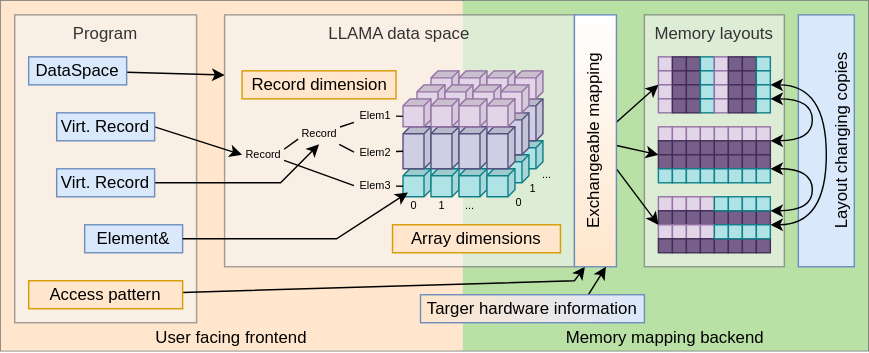
This is docs/images/concept.svg from alpaka-group/llama, a draw.io export, as it was before one commit. Source tidied: cells renumbered, new cells last; positions are measured from the earlier drawing's top-left corner, leaving out a move shared by most shapes.
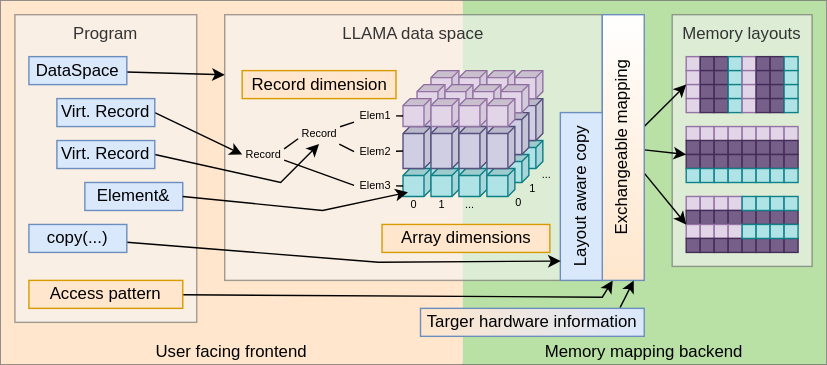
After the commit.

Commit message:
move layout aware copy block on top of mappings and add concepts.svg to introduction page

The edit, as a diff of the source:
```diff
@@ -3,16 +3,16 @@
     <mxCell id="0" />
     <mxCell id="1" parent="0" />
     <mxCell id="2" style="rounded=0;whiteSpace=wrap;html=1;opacity=60;fillColor=none;" parent="1" vertex="1">
-      <mxGeometry width="620" height="250" as="geometry" />
+      <mxGeometry width="590" height="260" as="geometry" />
     </mxCell>
     <mxCell id="3" value="Memory mapping backend" style="rounded=0;whiteSpace=wrap;html=1;verticalAlign=bottom;strokeColor=none;fillColor=#B9E0A5;" parent="1" vertex="1">
-      <mxGeometry x="330" width="290" height="250" as="geometry" />
+      <mxGeometry x="330" width="260" height="260" as="geometry" />
     </mxCell>
     <mxCell id="4" value="User facing frontend" style="rounded=0;whiteSpace=wrap;html=1;fillColor=#ffe6cc;verticalAlign=bottom;strokeColor=none;" parent="1" vertex="1">
-      <mxGeometry width="330" height="250" as="geometry" />
+      <mxGeometry width="330" height="260" as="geometry" />
     </mxCell>
     <mxCell id="5" value="LLAMA data space" style="rounded=0;whiteSpace=wrap;html=1;fillColor=#f5f5f5;strokeColor=#666666;fontColor=#333333;verticalAlign=top;opacity=60;" parent="1" vertex="1">
-      <mxGeometry x="160" y="10" width="250" height="180" as="geometry" />
+      <mxGeometry x="160" y="10" width="270" height="190" as="geometry" />
     </mxCell>
     <mxCell id="6" value="Program" style="rounded=0;whiteSpace=wrap;html=1;fillColor=#f5f5f5;strokeColor=#666666;fontColor=#333333;verticalAlign=top;opacity=60;" parent="1" vertex="1">
       <mxGeometry x="10" y="10" width="130" height="220" as="geometry" />
@@ -21,7 +21,7 @@
       <mxGeometry x="172.5" y="50" width="110" height="20" as="geometry" />
     </mxCell>
     <mxCell id="8" value="Array dimensions" style="rounded=0;whiteSpace=wrap;html=1;fillColor=#ffe6cc;strokeColor=#d79b00;" parent="1" vertex="1">
-      <mxGeometry x="280" y="160" width="120" height="20" as="geometry" />
+      <mxGeometry x="272.5" y="160" width="120" height="20" as="geometry" />
     </mxCell>
     <mxCell id="9" style="edgeStyle=none;rounded=0;jettySize=auto;html=1;endArrow=classic;endFill=1;" parent="1" edge="1" source="10">
       <mxGeometry relative="1" as="geometry">
@@ -35,7 +35,7 @@
       <mxGeometry relative="1" as="geometry" />
     </mxCell>
     <mxCell id="12" value="Virt. Record" style="rounded=0;whiteSpace=wrap;html=1;fillColor=#dae8fc;strokeColor=#6c8ebf;" parent="1" vertex="1">
-      <mxGeometry x="40" y="80" width="70" height="20" as="geometry" />
+      <mxGeometry x="40" y="70" width="70" height="20" as="geometry" />
     </mxCell>
     <mxCell id="13" style="edgeStyle=none;rounded=0;jettySize=auto;html=1;entryX=0.5;entryY=1;entryDx=0;entryDy=0;endArrow=classic;endFill=1;exitX=1;exitY=0.5;exitDx=0;exitDy=0;" parent="1" edge="1" source="14" target="60">
       <mxGeometry relative="1" as="geometry">
@@ -45,10 +45,10 @@
       </mxGeometry>
     </mxCell>
     <mxCell id="14" value="Virt. Record" style="rounded=0;whiteSpace=wrap;html=1;fillColor=#dae8fc;strokeColor=#6c8ebf;" parent="1" vertex="1">
-      <mxGeometry x="40" y="120" width="70" height="20" as="geometry" />
+      <mxGeometry x="40" y="100" width="70" height="20" as="geometry" />
     </mxCell>
     <mxCell id="15" value="Element&amp;amp;" style="rounded=0;whiteSpace=wrap;html=1;fillColor=#dae8fc;strokeColor=#6c8ebf;" parent="1" vertex="1">
-      <mxGeometry x="60" y="160" width="70" height="20" as="geometry" />
+      <mxGeometry x="60" y="130" width="70" height="20" as="geometry" />
     </mxCell>
     <mxCell id="16" style="shape=cube;whiteSpace=wrap;html=1;boundedLbl=1;backgroundOutline=1;darkOpacity=0.05;darkOpacity2=0.1;labelBackgroundColor=#ffffff;fontSize=7.8;align=left;size=5;rotation=90;fillColor=#b0e3e6;strokeColor=#0e8088;" parent="1" vertex="1">
       <mxGeometry x="307.5" y="100" width="20" height="20" as="geometry" />
@@ -215,15 +215,15 @@
     <mxCell id="70" style="edgeStyle=none;rounded=0;jettySize=auto;html=1;endArrow=classic;endFill=1;exitX=1;exitY=0.5;exitDx=0;exitDy=0;entryX=0.85;entryY=0.825;entryDx=0;entryDy=0;entryPerimeter=0;" parent="1" edge="1" source="15" target="40">
       <mxGeometry relative="1" as="geometry">
         <Array as="points">
-          <mxPoint x="240" y="170" />
+          <mxPoint x="230" y="150" />
         </Array>
       </mxGeometry>
     </mxCell>
     <mxCell id="71" value="Memory layouts" style="rounded=0;whiteSpace=wrap;html=1;fillColor=#f5f5f5;strokeColor=#666666;fontColor=#333333;verticalAlign=top;opacity=60;" parent="1" vertex="1">
-      <mxGeometry x="460" y="10" width="100" height="180" as="geometry" />
+      <mxGeometry x="480" y="10" width="100" height="180" as="geometry" />
     </mxCell>
     <mxCell id="72" style="group;" parent="1" vertex="1">
-      <mxGeometry x="470" y="90" width="80" height="40" as="geometry" />
+      <mxGeometry x="490" y="90" width="80" height="40" as="geometry" />
     </mxCell>
     <mxCell id="73" style="rounded=0;whiteSpace=wrap;html=1;fillColor=#e1d5e7;strokeColor=#9673a6;" parent="72" vertex="1">
       <mxGeometry width="10" height="10" as="geometry" />
@@ -322,7 +322,7 @@
       <mxGeometry x="70" y="30" width="10" height="10" as="geometry" />
     </mxCell>
     <mxCell id="105" style="group;" parent="1" vertex="1">
-      <mxGeometry x="470" y="40" width="80" height="40" as="geometry" />
+      <mxGeometry x="490" y="40" width="80" height="40" as="geometry" />
     </mxCell>
     <mxCell id="106" style="rounded=0;whiteSpace=wrap;html=1;fillColor=#e1d5e7;strokeColor=#9673a6;" parent="105" vertex="1">
       <mxGeometry width="10" height="10" as="geometry" />
@@ -421,7 +421,7 @@
       <mxGeometry x="70" y="30" width="10" height="10" as="geometry" />
     </mxCell>
     <mxCell id="138" style="group;" parent="1" vertex="1">
-      <mxGeometry x="470" y="140" width="80" height="40" as="geometry" />
+      <mxGeometry x="490" y="140" width="80" height="40" as="geometry" />
     </mxCell>
     <mxCell id="139" style="rounded=0;whiteSpace=wrap;html=1;fillColor=#e1d5e7;strokeColor=#9673a6;" parent="138" vertex="1">
       <mxGeometry width="10" height="10" as="geometry" />
@@ -531,7 +531,7 @@
     <mxCell id="174" style="rounded=0;jettySize=auto;html=1;entryX=0.25;entryY=1;entryDx=0;entryDy=0;" parent="1" edge="1" source="175" target="176">
       <mxGeometry relative="1" as="geometry">
         <Array as="points">
-          <mxPoint x="410" y="200" />
+          <mxPoint x="430" y="212" />
         </Array>
       </mxGeometry>
     </mxCell>
@@ -539,42 +539,26 @@
       <mxGeometry x="20" y="200" width="110" height="20" as="geometry" />
     </mxCell>
     <mxCell id="176" value="Exchangeable mapping" style="rounded=0;whiteSpace=wrap;html=1;strokeColor=#6c8ebf;verticalAlign=top;horizontal=0;gradientColor=#FFE6CC;perimeterSpacing=0;shadow=0;sketch=0;" parent="1" vertex="1">
-      <mxGeometry x="410" y="10" width="30" height="180" as="geometry" />
+      <mxGeometry x="430" y="10" width="30" height="190" as="geometry" />
     </mxCell>
-    <mxCell id="177" value="Layout changing copies" style="rounded=0;whiteSpace=wrap;html=1;fillColor=#dae8fc;strokeColor=#6c8ebf;verticalAlign=bottom;horizontal=0;" parent="1" vertex="1">
-      <mxGeometry x="570" y="10" width="40" height="180" as="geometry" />
+    <mxCell id="177" value="Layout aware copy" style="rounded=0;whiteSpace=wrap;html=1;fillColor=#dae8fc;strokeColor=#6c8ebf;verticalAlign=middle;horizontal=0;" parent="1" vertex="1">
+      <mxGeometry x="400" y="80" width="30" height="120" as="geometry" />
     </mxCell>
-    <mxCell id="178" style="endArrow=classic;startArrow=classic;html=1;exitX=1;exitY=0;exitDx=0;exitDy=0;entryX=1;entryY=1;entryDx=0;entryDy=0;edgeStyle=orthogonalEdgeStyle;curved=1;" parent="1" edge="1" source="88" target="129">
-      <mxGeometry relative="1" as="geometry">
-        <Array as="points">
-          <mxPoint x="580" y="100" />
-          <mxPoint x="580" y="70" />
-        </Array>
-      </mxGeometry>
-    </mxCell>
-    <mxCell id="179" style="edgeStyle=none;rounded=0;jettySize=auto;html=1;entryX=0.75;entryY=1;entryDx=0;entryDy=0;exitX=0.75;exitY=0;exitDx=0;exitDy=0;" parent="1" edge="1" source="180" target="176">
+    <mxCell id="179" style="edgeStyle=none;rounded=0;jettySize=auto;html=1;entryX=0.75;entryY=1;entryDx=0;entryDy=0;exitX=0.892;exitY=-0.025;exitDx=0;exitDy=0;exitPerimeter=0;" parent="1" edge="1" source="180" target="176">
       <mxGeometry relative="1" as="geometry" />
     </mxCell>
     <mxCell id="180" value="Targer hardware information" style="rounded=0;whiteSpace=wrap;html=1;fillColor=#ffe6cc;rotation=0;gradientDirection=east;gradientColor=#DAE8FC;strokeColor=#6C8EBF;" parent="1" vertex="1">
-      <mxGeometry x="300" y="210" width="160" height="20" as="geometry" />
+      <mxGeometry x="300" y="220" width="160" height="20" as="geometry" />
     </mxCell>
-    <mxCell id="181" style="endArrow=classic;startArrow=classic;html=1;exitX=1;exitY=0;exitDx=0;exitDy=0;entryX=1;entryY=1;entryDx=0;entryDy=0;edgeStyle=orthogonalEdgeStyle;curved=1;" parent="1" edge="1">
-      <mxGeometry relative="1" as="geometry">
-        <mxPoint x="550" y="150" as="sourcePoint" />
-        <mxPoint x="550" y="120" as="targetPoint" />
-        <Array as="points">
-          <mxPoint x="580" y="150" />
-          <mxPoint x="580" y="120" />
-        </Array>
-      </mxGeometry>
-    </mxCell>
-    <mxCell id="182" style="endArrow=classic;startArrow=classic;html=1;exitX=1;exitY=0;exitDx=0;exitDy=0;entryX=1;entryY=1;entryDx=0;entryDy=0;edgeStyle=orthogonalEdgeStyle;curved=1;" parent="1" edge="1" source="170" target="121">
-      <mxGeometry relative="1" as="geometry">
-        <Array as="points">
-          <mxPoint x="590" y="160" />
-          <mxPoint x="590" y="60" />
-        </Array>
-      </mxGeometry>
-    </mxCell>
+    <mxCell id="183" style="rounded=0;jettySize=auto;html=1;entryX=0.008;entryY=0.885;entryDx=0;entryDy=0;entryPerimeter=0;" parent="1" edge="1" source="184" target="177">
+      <mxGeometry relative="1" as="geometry">
+        <Array as="points">
+          <mxPoint x="270" y="187" />
+        </Array>
+      </mxGeometry>
+    </mxCell>
+    <mxCell id="184" value="copy(...)" style="rounded=0;whiteSpace=wrap;html=1;fillColor=#dae8fc;strokeColor=#6c8ebf;glass=0;shadow=0;" parent="1" vertex="1">
+      <mxGeometry x="20" y="160" width="70" height="20" as="geometry" />
+    </mxCell>
   </root>
 </mxGraphModel>
```
